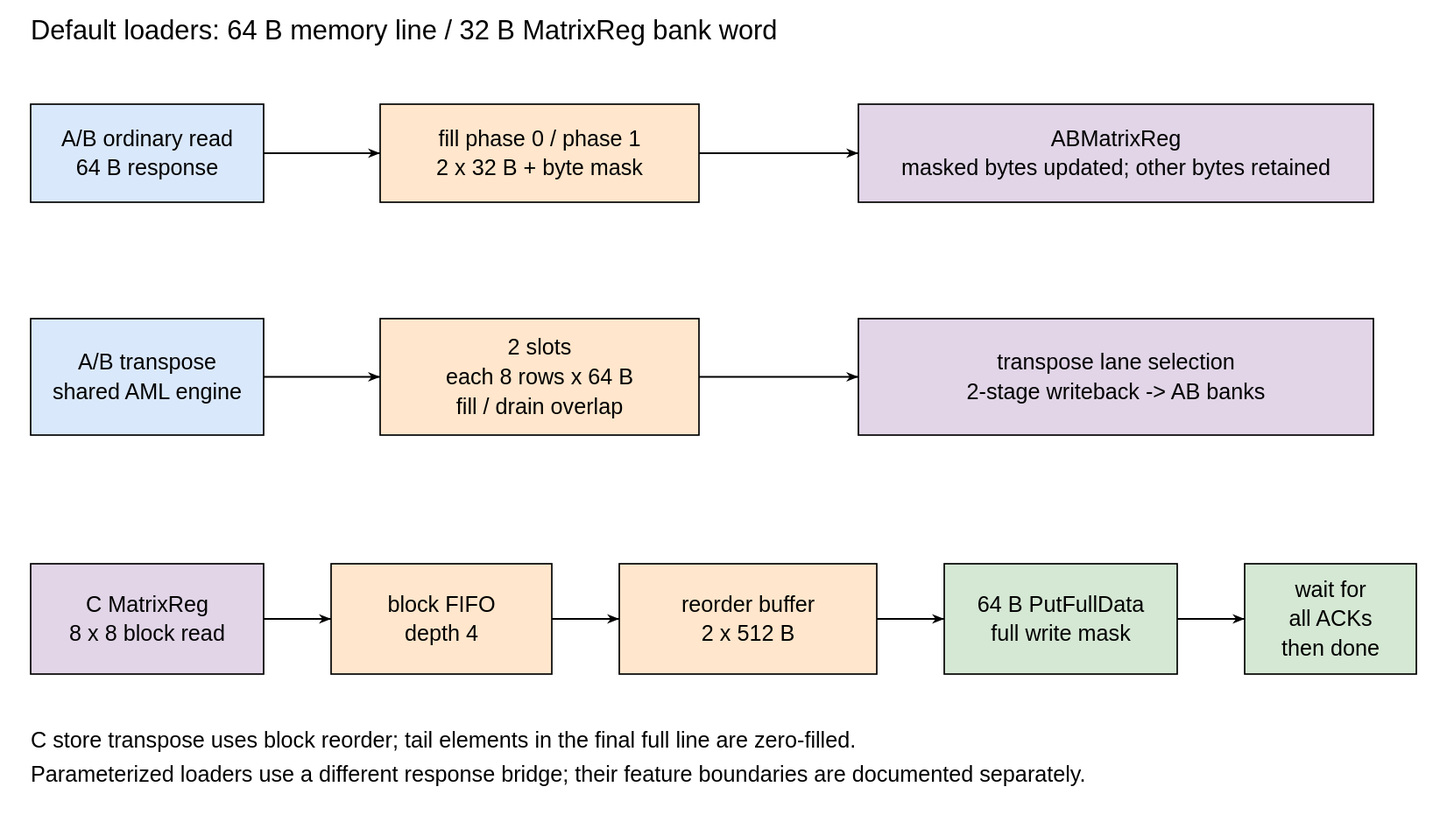
The draw.io diagram docs/zh/cute/figure/cute-loaders.svg in OpenXiangShan/XiangShan-Design-Doc, before a commit. Source tidied: cells renumbered, new cells last; positions are measured from the earlier drawing's top-left corner, leaving out a move shared by most shapes.
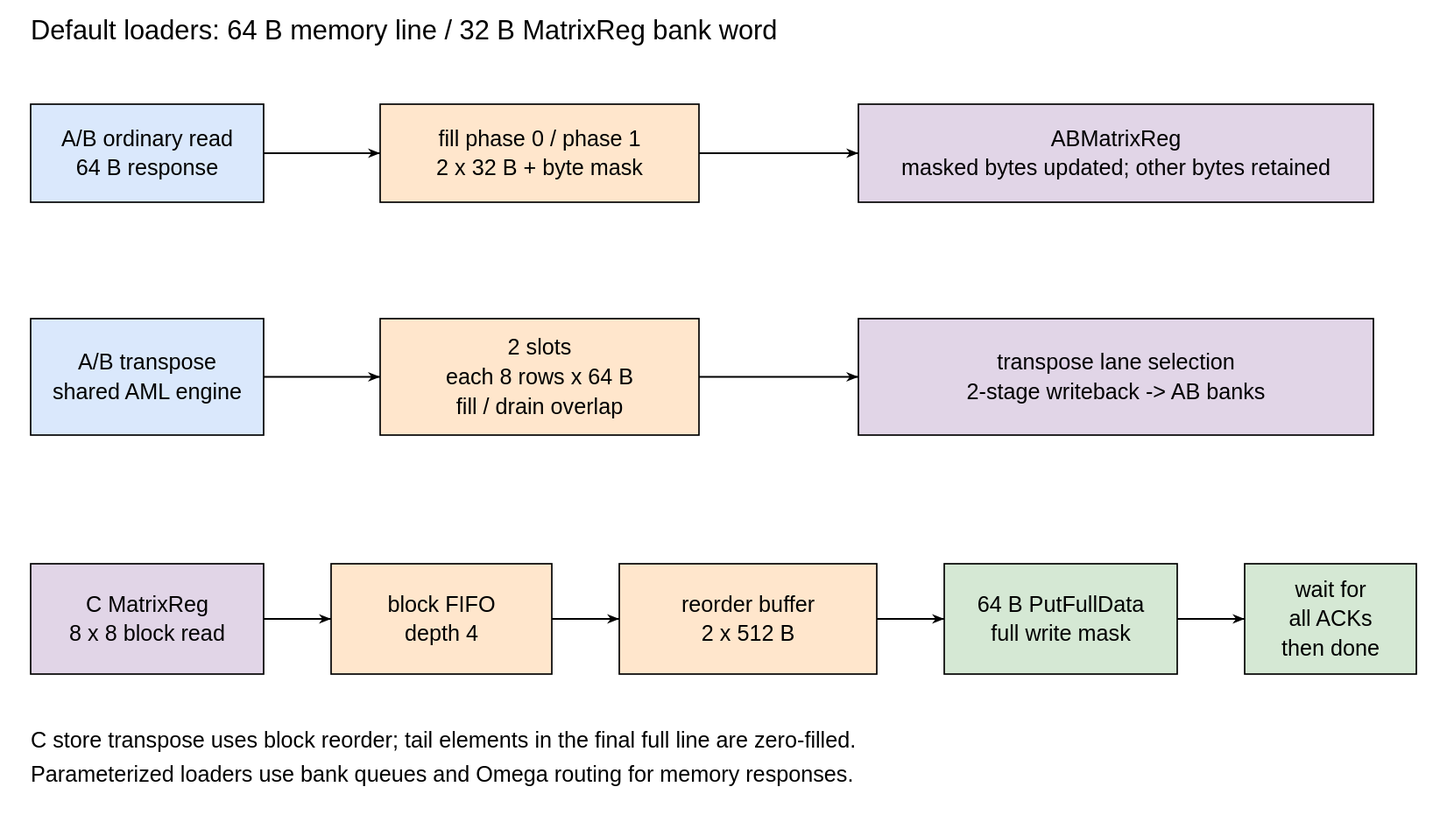
After the commit.

What changed in the source:
```diff
@@ -65,7 +65,7 @@
     <mxCell id="22" value="C store transpose uses block reorder; tail elements in the final full line are zero-filled." style="text;html=1;align=left;verticalAlign=top;whiteSpace=wrap;fontFamily=Helvetica;fontSize=18;" parent="1" vertex="1">
       <mxGeometry y="582" width="925.3" height="24" as="geometry" />
     </mxCell>
-    <mxCell id="23" value="Parameterized loaders use a different response bridge; their feature boundaries are documented separately." style="text;html=1;align=left;verticalAlign=top;whiteSpace=wrap;fontFamily=Helvetica;fontSize=18;" parent="1" vertex="1">
+    <mxCell id="23" value="Parameterized loaders use bank queues and Omega routing for memory responses." style="text;html=1;align=left;verticalAlign=top;whiteSpace=wrap;fontFamily=Helvetica;fontSize=18;" parent="1" vertex="1">
       <mxGeometry y="610" width="1076.5" height="24" as="geometry" />
     </mxCell>
   </root>
```
